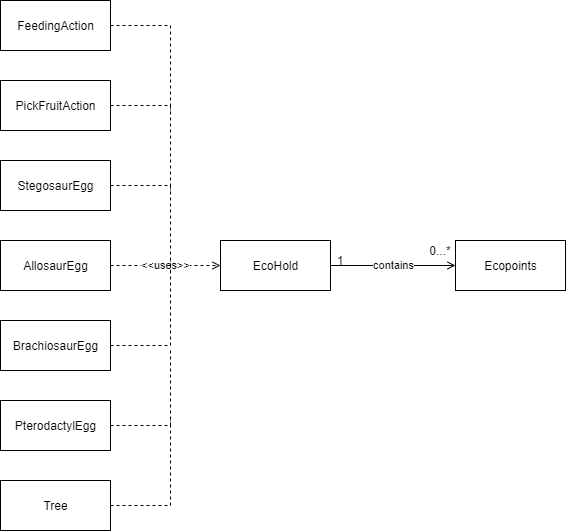
Before: docs/FIT2099_UML_Ecopoints.png, a diagram exported from draw.io (Nochl/Jurrasic_Park_Sim). Source tidied: cells renumbered, new cells last; positions are measured from the earlier drawing's top-left corner, leaving out a move shared by most shapes.
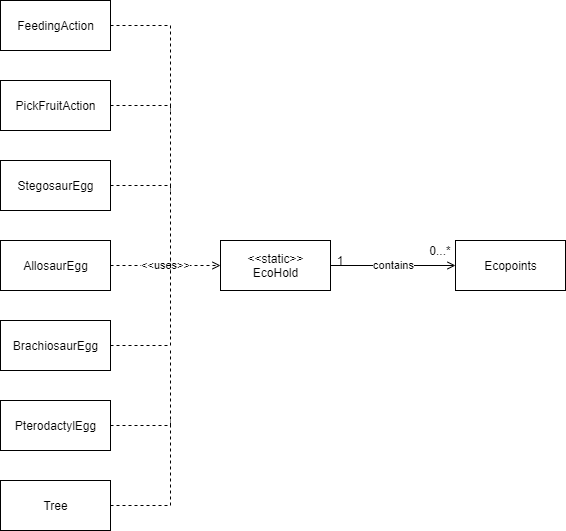
The same file after the commit.

Commit message:
Added static keyword in all static classes

What changed in the source:
```diff
@@ -5,7 +5,7 @@
     <mxCell id="2" value="contains" style="edgeStyle=orthogonalEdgeStyle;rounded=0;jettySize=auto;html=1;exitX=1;exitY=0.5;exitDx=0;exitDy=0;endArrow=open;endFill=0;" parent="1" edge="1" source="3" target="4">
       <mxGeometry relative="1" as="geometry" />
     </mxCell>
-    <mxCell id="3" value="EcoHold" style="html=1;" parent="1" vertex="1">
+    <mxCell id="3" value="&amp;lt;&amp;lt;static&amp;gt;&amp;gt;&lt;br&gt;EcoHold" style="html=1;" parent="1" vertex="1">
       <mxGeometry x="220" y="240" width="110" height="50" as="geometry" />
     </mxCell>
     <mxCell id="4" value="Ecopoints" style="html=1;" parent="1" vertex="1">
```
